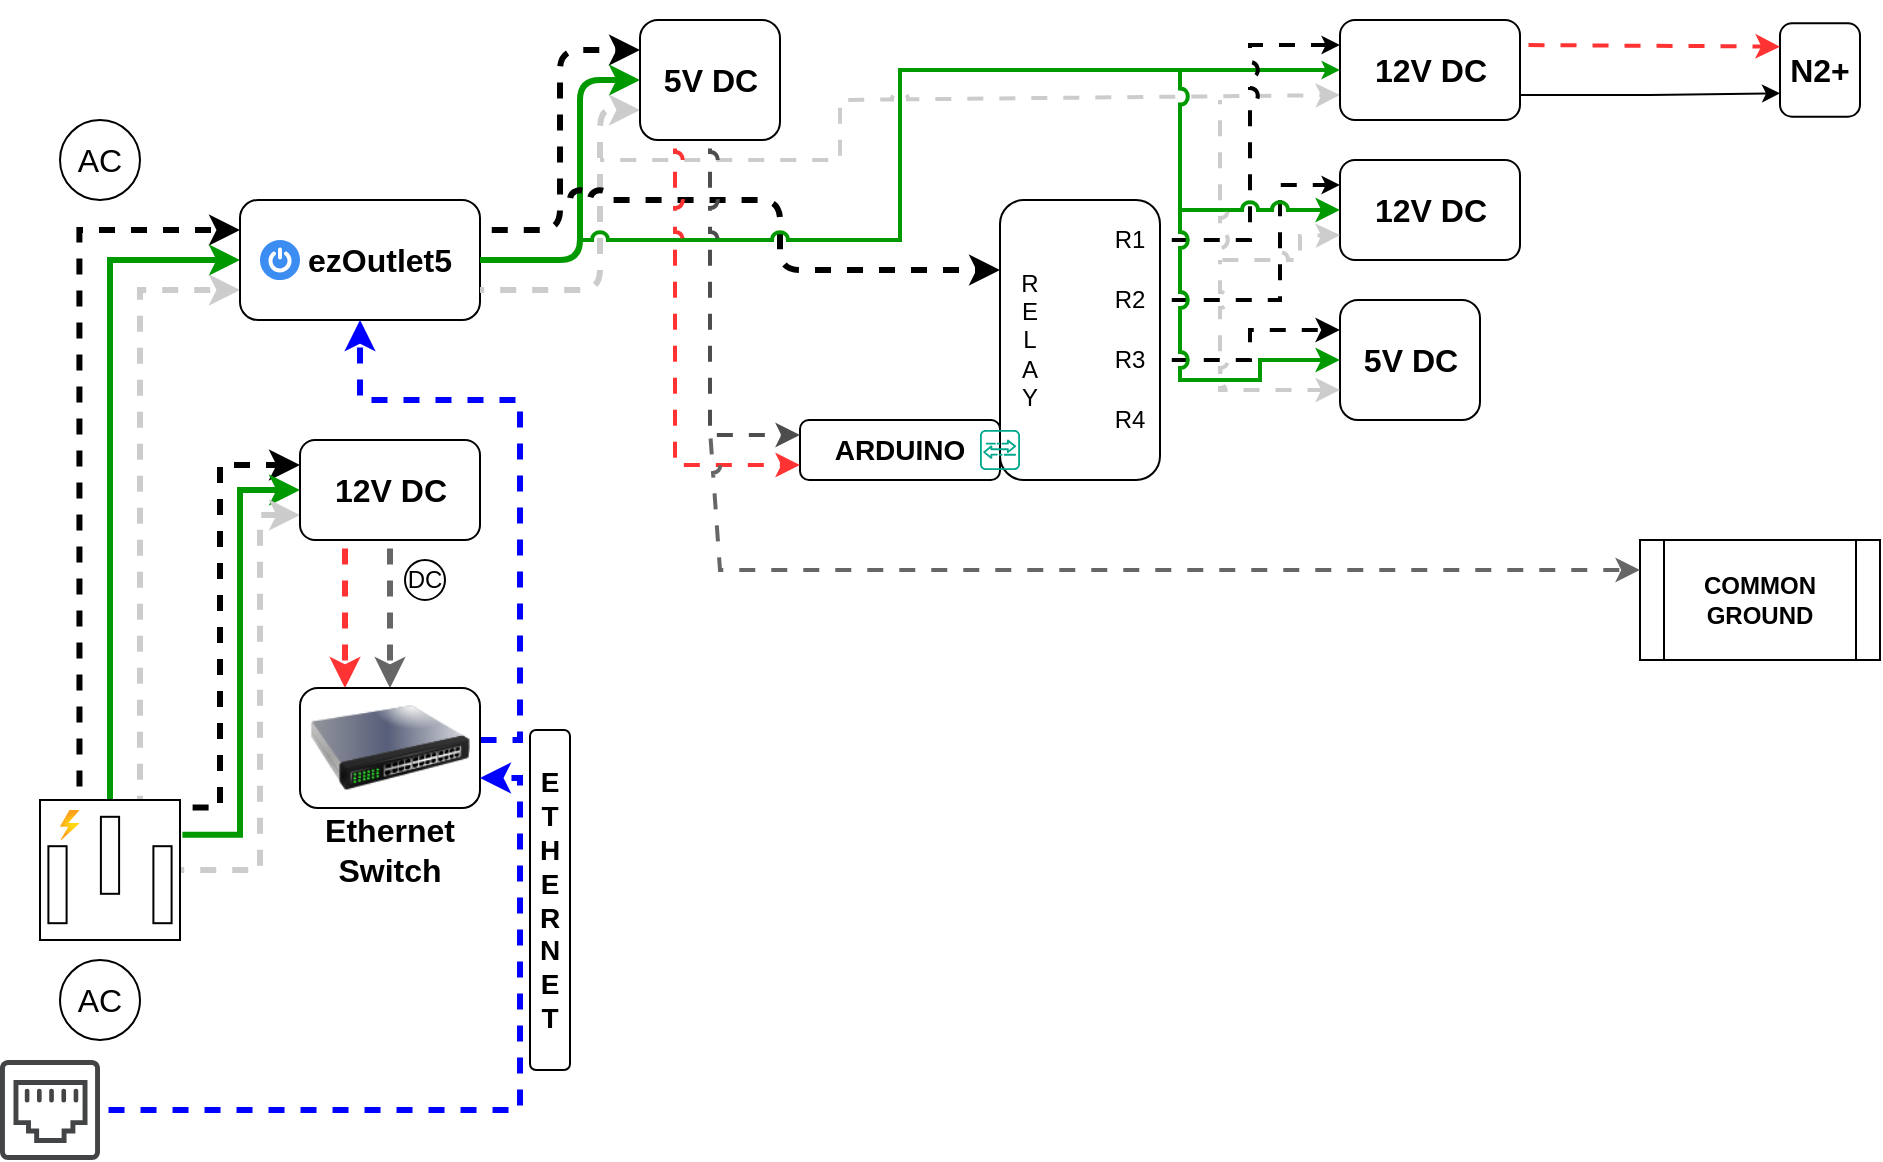
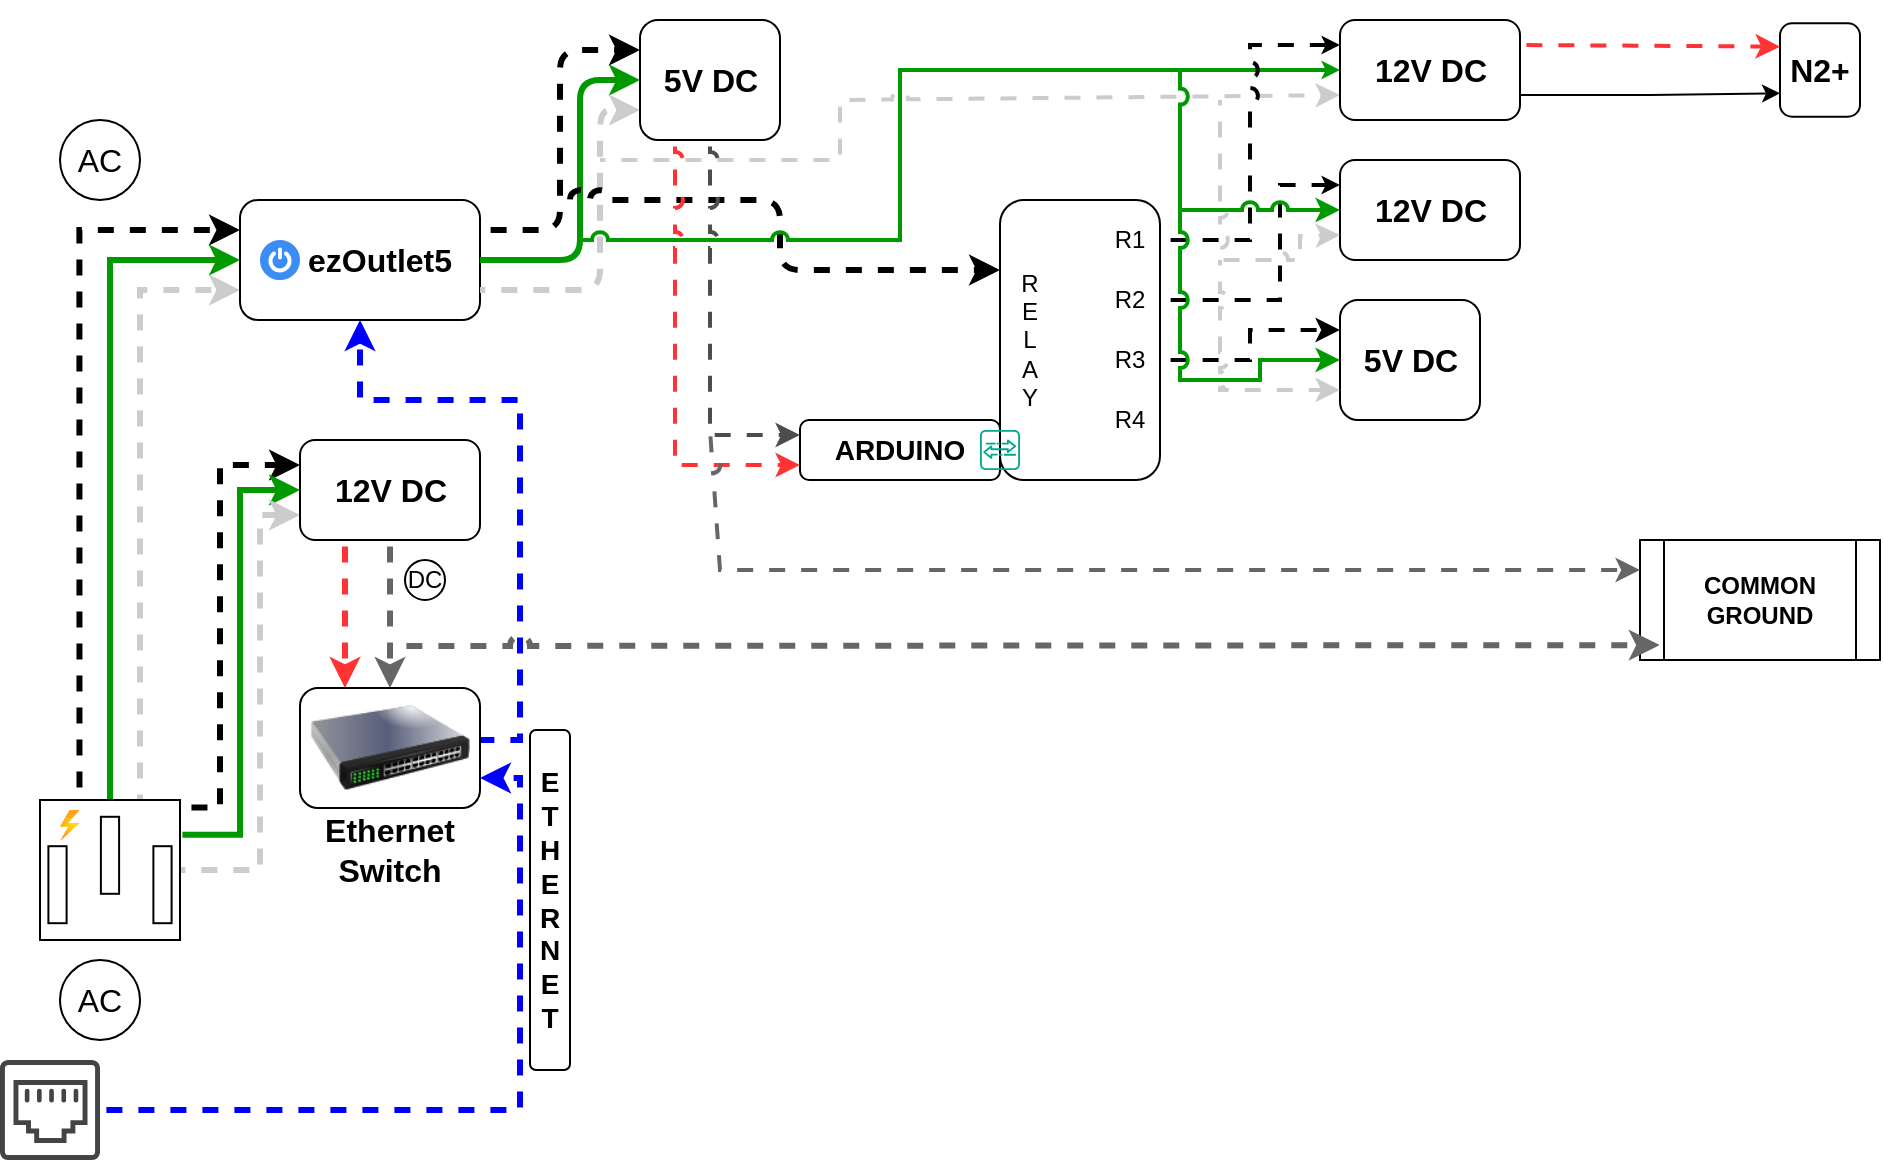
<mxfile host="app.diagrams.net" agent="Mozilla/5.0 (Windows NT 10.0; Win64; x64) AppleWebKit/537.36 (KHTML, like Gecko) Chrome/131.0.0.0 Safari/537.36 Edg/131.0.0.0" version="25.0.3">
  <diagram name="Page-1" id="VlRkN-xOVygPYa-iD9Ir">
-     <mxGraphModel dx="724" dy="454" grid="1" gridSize="10" guides="1" tooltips="1" connect="1" arrows="1" fold="1" page="1" pageScale="1" pageWidth="1600" pageHeight="900" background="none" math="0" shadow="0">
+     <mxGraphModel dx="244" dy="153" grid="1" gridSize="10" guides="1" tooltips="1" connect="1" arrows="1" fold="1" page="1" pageScale="1" pageWidth="1600" pageHeight="900" background="none" math="0" shadow="0">
      <root>
        <mxCell id="0" />
        <mxCell id="1" parent="0" />
        <mxCell id="JVLtuT8sySUBbFbLTn6r-3" style="edgeStyle=orthogonalEdgeStyle;rounded=0;orthogonalLoop=1;jettySize=auto;html=1;entryX=0;entryY=0.25;entryDx=0;entryDy=0;exitX=0.282;exitY=-0.013;exitDx=0;exitDy=0;exitPerimeter=0;strokeWidth=3;flowAnimation=1;flowAnimationDirection=alternate;flowAnimationTimingFunction=ease-in-out;flowAnimationDuration=1500;jumpStyle=arc;" parent="1" source="pD8juBFKP1GN8B8eYQTb-1" target="pD8juBFKP1GN8B8eYQTb-3" edge="1">
          <mxGeometry relative="1" as="geometry" />
        </mxCell>
        <mxCell id="JVLtuT8sySUBbFbLTn6r-4" style="edgeStyle=orthogonalEdgeStyle;rounded=0;orthogonalLoop=1;jettySize=auto;html=1;exitX=0.5;exitY=0;exitDx=0;exitDy=0;exitPerimeter=0;entryX=0;entryY=0.5;entryDx=0;entryDy=0;strokeColor=#009900;strokeWidth=3;jumpStyle=arc;" parent="1" source="pD8juBFKP1GN8B8eYQTb-1" target="pD8juBFKP1GN8B8eYQTb-3" edge="1">
          <mxGeometry relative="1" as="geometry" />
        </mxCell>
        <mxCell id="JVLtuT8sySUBbFbLTn6r-5" style="edgeStyle=orthogonalEdgeStyle;rounded=0;orthogonalLoop=1;jettySize=auto;html=1;entryX=0;entryY=0.75;entryDx=0;entryDy=0;exitX=0.714;exitY=0;exitDx=0;exitDy=0;exitPerimeter=0;strokeWidth=3;strokeColor=#CCCCCC;flowAnimation=1;flowAnimationDirection=alternate-reverse;flowAnimationTimingFunction=ease-in-out;flowAnimationDuration=1500;jumpStyle=arc;" parent="1" source="pD8juBFKP1GN8B8eYQTb-1" target="pD8juBFKP1GN8B8eYQTb-3" edge="1">
          <mxGeometry relative="1" as="geometry">
            <mxPoint x="120" y="320" as="targetPoint" />
          </mxGeometry>
        </mxCell>
        <mxCell id="JVLtuT8sySUBbFbLTn6r-6" style="edgeStyle=orthogonalEdgeStyle;rounded=0;orthogonalLoop=1;jettySize=auto;html=1;entryX=0;entryY=0.25;entryDx=0;entryDy=0;exitX=1.006;exitY=0.054;exitDx=0;exitDy=0;exitPerimeter=0;strokeWidth=3;flowAnimation=1;flowAnimationDirection=alternate;flowAnimationTimingFunction=ease-in-out;flowAnimationDuration=1500;jumpStyle=arc;" parent="1" source="pD8juBFKP1GN8B8eYQTb-1" target="pD8juBFKP1GN8B8eYQTb-24" edge="1">
          <mxGeometry relative="1" as="geometry">
            <Array as="points">
              <mxPoint x="120" y="404" />
              <mxPoint x="120" y="233" />
            </Array>
          </mxGeometry>
        </mxCell>
        <mxCell id="JVLtuT8sySUBbFbLTn6r-7" style="edgeStyle=orthogonalEdgeStyle;rounded=0;orthogonalLoop=1;jettySize=auto;html=1;entryX=0;entryY=0.5;entryDx=0;entryDy=0;exitX=1.017;exitY=0.249;exitDx=0;exitDy=0;exitPerimeter=0;strokeWidth=3;strokeColor=#009900;jumpStyle=arc;" parent="1" source="pD8juBFKP1GN8B8eYQTb-1" target="pD8juBFKP1GN8B8eYQTb-24" edge="1">
          <mxGeometry relative="1" as="geometry" />
        </mxCell>
        <mxCell id="JVLtuT8sySUBbFbLTn6r-8" style="edgeStyle=orthogonalEdgeStyle;rounded=0;orthogonalLoop=1;jettySize=auto;html=1;entryX=0;entryY=0.75;entryDx=0;entryDy=0;strokeColor=#CCCCCC;strokeWidth=3;flowAnimation=1;flowAnimationDirection=alternate-reverse;flowAnimationTimingFunction=ease-in-out;flowAnimationDuration=1500;jumpStyle=arc;" parent="1" source="pD8juBFKP1GN8B8eYQTb-1" target="pD8juBFKP1GN8B8eYQTb-24" edge="1">
          <mxGeometry relative="1" as="geometry">
            <Array as="points">
              <mxPoint x="140" y="435" />
              <mxPoint x="140" y="258" />
            </Array>
          </mxGeometry>
        </mxCell>
        <mxCell id="JVLtuT8sySUBbFbLTn6r-1" value="" style="group" parent="1" vertex="1" connectable="0">
          <mxGeometry x="30" y="480" width="60" height="40" as="geometry" />
        </mxCell>
        <mxCell id="pD8juBFKP1GN8B8eYQTb-22" value="AC" style="text;html=1;align=center;verticalAlign=middle;whiteSpace=wrap;rounded=0;fontSize=16;" parent="JVLtuT8sySUBbFbLTn6r-1" vertex="1">
          <mxGeometry y="5" width="60" height="30" as="geometry" />
        </mxCell>
        <mxCell id="pD8juBFKP1GN8B8eYQTb-23" value="" style="ellipse;whiteSpace=wrap;html=1;fillColor=none;" parent="JVLtuT8sySUBbFbLTn6r-1" vertex="1">
          <mxGeometry x="10" width="40" height="40" as="geometry" />
        </mxCell>
        <mxCell id="JVLtuT8sySUBbFbLTn6r-2" value="" style="group" parent="1" vertex="1" connectable="0">
          <mxGeometry x="30" y="60" width="60" height="40" as="geometry" />
        </mxCell>
        <mxCell id="pD8juBFKP1GN8B8eYQTb-9" value="" style="ellipse;whiteSpace=wrap;html=1;fillColor=none;" parent="JVLtuT8sySUBbFbLTn6r-2" vertex="1">
          <mxGeometry x="10" width="40" height="40" as="geometry" />
        </mxCell>
        <mxCell id="pD8juBFKP1GN8B8eYQTb-11" value="AC" style="text;html=1;align=center;verticalAlign=middle;whiteSpace=wrap;rounded=0;fontSize=16;" parent="JVLtuT8sySUBbFbLTn6r-2" vertex="1">
          <mxGeometry y="5" width="60" height="30" as="geometry" />
        </mxCell>
        <mxCell id="JVLtuT8sySUBbFbLTn6r-9" value="" style="group" parent="1" vertex="1" connectable="0">
          <mxGeometry x="130" y="100" width="120" height="60" as="geometry" />
        </mxCell>
        <mxCell id="JVLtuT8sySUBbFbLTn6r-16" value="" style="group" parent="JVLtuT8sySUBbFbLTn6r-9" vertex="1" connectable="0">
          <mxGeometry width="120" height="60" as="geometry" />
        </mxCell>
        <mxCell id="pD8juBFKP1GN8B8eYQTb-3" value="" style="rounded=1;whiteSpace=wrap;html=1;" parent="JVLtuT8sySUBbFbLTn6r-16" vertex="1">
          <mxGeometry width="120" height="60" as="geometry" />
        </mxCell>
        <mxCell id="JVLtuT8sySUBbFbLTn6r-13" value="" style="sketch=0;html=1;aspect=fixed;strokeColor=none;shadow=0;fillColor=#3B8DF1;verticalAlign=top;labelPosition=center;verticalLabelPosition=bottom;shape=mxgraph.gcp2.a7_power" parent="JVLtuT8sySUBbFbLTn6r-16" vertex="1">
          <mxGeometry x="10" y="20" width="20" height="20" as="geometry" />
        </mxCell>
        <mxCell id="pD8juBFKP1GN8B8eYQTb-15" value="&lt;b&gt;ezOutlet5&lt;/b&gt;" style="text;html=1;align=center;verticalAlign=middle;whiteSpace=wrap;rounded=0;fontSize=16;" parent="JVLtuT8sySUBbFbLTn6r-16" vertex="1">
          <mxGeometry x="40" y="10" width="60" height="40" as="geometry" />
        </mxCell>
        <mxCell id="JVLtuT8sySUBbFbLTn6r-11" value="" style="group" parent="1" vertex="1" connectable="0">
          <mxGeometry x="160" y="220" width="90" height="50" as="geometry" />
        </mxCell>
        <mxCell id="JVLtuT8sySUBbFbLTn6r-72" value="" style="group" parent="JVLtuT8sySUBbFbLTn6r-11" vertex="1" connectable="0">
          <mxGeometry width="90" height="50" as="geometry" />
        </mxCell>
        <mxCell id="pD8juBFKP1GN8B8eYQTb-24" value="" style="rounded=1;whiteSpace=wrap;html=1;" parent="JVLtuT8sySUBbFbLTn6r-72" vertex="1">
          <mxGeometry width="90" height="50" as="geometry" />
        </mxCell>
        <mxCell id="JVLtuT8sySUBbFbLTn6r-10" value="&lt;font style=&quot;font-size: 16px;&quot;&gt;&lt;b&gt;12V DC&lt;/b&gt;&lt;/font&gt;" style="text;html=1;align=center;verticalAlign=middle;whiteSpace=wrap;rounded=0;" parent="JVLtuT8sySUBbFbLTn6r-72" vertex="1">
          <mxGeometry x="15.75" y="10" width="58.5" height="30" as="geometry" />
        </mxCell>
        <mxCell id="JVLtuT8sySUBbFbLTn6r-18" value="" style="group" parent="1" vertex="1" connectable="0">
          <mxGeometry x="30" y="400" width="70" height="70" as="geometry" />
        </mxCell>
        <mxCell id="pD8juBFKP1GN8B8eYQTb-1" value="" style="pointerEvents=1;verticalLabelPosition=bottom;shadow=0;dashed=0;align=center;html=1;verticalAlign=top;shape=mxgraph.electrical.miscellaneous.ac_out" parent="JVLtuT8sySUBbFbLTn6r-18" vertex="1">
          <mxGeometry width="70" height="70" as="geometry" />
        </mxCell>
        <mxCell id="JVLtuT8sySUBbFbLTn6r-12" value="" style="image;aspect=fixed;html=1;points=[];align=center;fontSize=12;image=img/lib/azure2/general/Power.svg;" parent="JVLtuT8sySUBbFbLTn6r-18" vertex="1">
          <mxGeometry x="10" y="5" width="9.72" height="15" as="geometry" />
        </mxCell>
        <mxCell id="JVLtuT8sySUBbFbLTn6r-23" style="edgeStyle=orthogonalEdgeStyle;rounded=0;orthogonalLoop=1;jettySize=auto;html=1;entryX=0.25;entryY=0;entryDx=0;entryDy=0;exitX=0.25;exitY=1;exitDx=0;exitDy=0;strokeColor=#FF3333;strokeWidth=3;flowAnimation=1;jumpStyle=arc;" parent="1" source="pD8juBFKP1GN8B8eYQTb-24" target="JVLtuT8sySUBbFbLTn6r-19" edge="1">
          <mxGeometry relative="1" as="geometry" />
        </mxCell>
        <mxCell id="JVLtuT8sySUBbFbLTn6r-28" value="" style="group" parent="1" vertex="1" connectable="0">
          <mxGeometry x="210" y="280" width="25" height="20" as="geometry" />
        </mxCell>
        <mxCell id="JVLtuT8sySUBbFbLTn6r-26" value="" style="ellipse;whiteSpace=wrap;html=1;aspect=fixed;" parent="JVLtuT8sySUBbFbLTn6r-28" vertex="1">
          <mxGeometry x="2.5" width="20" height="20" as="geometry" />
        </mxCell>
        <mxCell id="JVLtuT8sySUBbFbLTn6r-27" value="&lt;font&gt;DC&lt;/font&gt;" style="text;html=1;align=center;verticalAlign=middle;whiteSpace=wrap;rounded=0;" parent="JVLtuT8sySUBbFbLTn6r-28" vertex="1">
          <mxGeometry y="2.5" width="25" height="15" as="geometry" />
        </mxCell>
        <mxCell id="JVLtuT8sySUBbFbLTn6r-29" style="edgeStyle=orthogonalEdgeStyle;rounded=0;orthogonalLoop=1;jettySize=auto;html=1;exitX=0.5;exitY=1;exitDx=0;exitDy=0;entryX=0.5;entryY=0;entryDx=0;entryDy=0;strokeWidth=3;flowAnimation=1;strokeColor=#666666;jumpStyle=arc;" parent="1" source="pD8juBFKP1GN8B8eYQTb-24" target="JVLtuT8sySUBbFbLTn6r-19" edge="1">
          <mxGeometry relative="1" as="geometry" />
        </mxCell>
        <mxCell id="JVLtuT8sySUBbFbLTn6r-30" style="edgeStyle=orthogonalEdgeStyle;rounded=0;orthogonalLoop=1;jettySize=auto;html=1;exitX=1;exitY=0.5;exitDx=0;exitDy=0;entryX=0.5;entryY=1;entryDx=0;entryDy=0;strokeColor=#0000FF;strokeWidth=3;flowAnimation=1;jumpStyle=arc;" parent="1" source="JVLtuT8sySUBbFbLTn6r-19" target="pD8juBFKP1GN8B8eYQTb-3" edge="1">
          <mxGeometry relative="1" as="geometry">
            <Array as="points">
              <mxPoint x="270" y="370" />
              <mxPoint x="270" y="200" />
              <mxPoint x="190" y="200" />
            </Array>
          </mxGeometry>
        </mxCell>
        <mxCell id="JVLtuT8sySUBbFbLTn6r-33" value="" style="rounded=1;whiteSpace=wrap;html=1;" parent="1" vertex="1">
          <mxGeometry x="510" y="100" width="80" height="140" as="geometry" />
        </mxCell>
        <mxCell id="JVLtuT8sySUBbFbLTn6r-35" style="edgeStyle=orthogonalEdgeStyle;rounded=1;orthogonalLoop=1;jettySize=auto;html=1;exitX=1;exitY=0.25;exitDx=0;exitDy=0;entryX=0;entryY=0.25;entryDx=0;entryDy=0;curved=0;strokeWidth=3;flowAnimation=1;flowAnimationDirection=alternate;flowAnimationTimingFunction=ease-in-out;flowAnimationDuration=1500;jumpStyle=arc;" parent="1" source="pD8juBFKP1GN8B8eYQTb-3" target="JVLtuT8sySUBbFbLTn6r-34" edge="1">
          <mxGeometry relative="1" as="geometry" />
        </mxCell>
        <mxCell id="JVLtuT8sySUBbFbLTn6r-36" style="edgeStyle=orthogonalEdgeStyle;rounded=1;orthogonalLoop=1;jettySize=auto;html=1;exitX=1;exitY=0.5;exitDx=0;exitDy=0;entryX=0;entryY=0.5;entryDx=0;entryDy=0;curved=0;strokeWidth=3;strokeColor=#009900;jumpStyle=arc;" parent="1" source="pD8juBFKP1GN8B8eYQTb-3" target="JVLtuT8sySUBbFbLTn6r-34" edge="1">
          <mxGeometry relative="1" as="geometry">
            <Array as="points">
              <mxPoint x="300" y="130" />
              <mxPoint x="300" y="40" />
            </Array>
          </mxGeometry>
        </mxCell>
        <mxCell id="JVLtuT8sySUBbFbLTn6r-37" style="edgeStyle=orthogonalEdgeStyle;rounded=1;orthogonalLoop=1;jettySize=auto;html=1;exitX=1;exitY=0.75;exitDx=0;exitDy=0;entryX=0;entryY=0.75;entryDx=0;entryDy=0;curved=0;strokeColor=#CCCCCC;strokeWidth=3;flowAnimation=1;flowAnimationDirection=alternate-reverse;flowAnimationTimingFunction=ease-in-out;flowAnimationDuration=1500;jumpStyle=arc;" parent="1" source="pD8juBFKP1GN8B8eYQTb-3" target="JVLtuT8sySUBbFbLTn6r-34" edge="1">
          <mxGeometry relative="1" as="geometry">
            <Array as="points">
              <mxPoint x="310" y="145" />
              <mxPoint x="310" y="55" />
            </Array>
          </mxGeometry>
        </mxCell>
        <mxCell id="JVLtuT8sySUBbFbLTn6r-40" value="" style="endArrow=classic;html=1;rounded=1;curved=0;entryX=0;entryY=0.25;entryDx=0;entryDy=0;jumpStyle=arc;strokeWidth=3;flowAnimation=1;flowAnimationDirection=alternate;flowAnimationTimingFunction=ease-in-out;flowAnimationDuration=1500;" parent="1" target="JVLtuT8sySUBbFbLTn6r-33" edge="1">
          <mxGeometry width="50" height="50" relative="1" as="geometry">
            <mxPoint x="290" y="100" as="sourcePoint" />
            <mxPoint x="410" y="170" as="targetPoint" />
            <Array as="points">
              <mxPoint x="400" y="100" />
              <mxPoint x="400" y="135" />
            </Array>
          </mxGeometry>
        </mxCell>
        <mxCell id="JVLtuT8sySUBbFbLTn6r-51" value="" style="group" parent="1" vertex="1" connectable="0">
          <mxGeometry x="160" y="344" width="90" height="96" as="geometry" />
        </mxCell>
        <mxCell id="JVLtuT8sySUBbFbLTn6r-21" value="" style="group" parent="JVLtuT8sySUBbFbLTn6r-51" vertex="1" connectable="0">
          <mxGeometry width="90" height="70" as="geometry" />
        </mxCell>
        <mxCell id="JVLtuT8sySUBbFbLTn6r-50" value="" style="group" parent="JVLtuT8sySUBbFbLTn6r-21" vertex="1" connectable="0">
          <mxGeometry width="90" height="70" as="geometry" />
        </mxCell>
        <mxCell id="JVLtuT8sySUBbFbLTn6r-19" value="" style="rounded=1;whiteSpace=wrap;html=1;" parent="JVLtuT8sySUBbFbLTn6r-50" vertex="1">
          <mxGeometry width="90" height="60" as="geometry" />
        </mxCell>
        <mxCell id="JVLtuT8sySUBbFbLTn6r-49" value="" style="image;html=1;image=img/lib/clip_art/networking/Switch_128x128.png" parent="JVLtuT8sySUBbFbLTn6r-50" vertex="1">
          <mxGeometry x="5" y="-10" width="80" height="80" as="geometry" />
        </mxCell>
        <mxCell id="JVLtuT8sySUBbFbLTn6r-20" value="&lt;b&gt;&lt;font style=&quot;font-size: 16px;&quot;&gt;Ethernet&lt;/font&gt;&lt;/b&gt;&lt;div&gt;&lt;b&gt;&lt;font style=&quot;font-size: 16px;&quot;&gt;Switch&lt;/font&gt;&lt;/b&gt;&lt;/div&gt;" style="text;html=1;align=center;verticalAlign=middle;whiteSpace=wrap;rounded=0;" parent="JVLtuT8sySUBbFbLTn6r-51" vertex="1">
          <mxGeometry x="15" y="66" width="60" height="30" as="geometry" />
        </mxCell>
        <mxCell id="JVLtuT8sySUBbFbLTn6r-53" value="" style="group" parent="1" vertex="1" connectable="0">
          <mxGeometry x="330" y="10" width="70" height="60" as="geometry" />
        </mxCell>
        <mxCell id="JVLtuT8sySUBbFbLTn6r-71" value="" style="group" parent="JVLtuT8sySUBbFbLTn6r-53" vertex="1" connectable="0">
          <mxGeometry width="70" height="60" as="geometry" />
        </mxCell>
        <mxCell id="JVLtuT8sySUBbFbLTn6r-34" value="" style="rounded=1;whiteSpace=wrap;html=1;" parent="JVLtuT8sySUBbFbLTn6r-71" vertex="1">
          <mxGeometry width="70" height="60" as="geometry" />
        </mxCell>
        <mxCell id="JVLtuT8sySUBbFbLTn6r-52" value="&lt;font style=&quot;font-size: 16px;&quot;&gt;&lt;b&gt;5&lt;/b&gt;&lt;/font&gt;&lt;b style=&quot;font-size: 16px; background-color: initial;&quot;&gt;V DC&lt;/b&gt;" style="text;html=1;align=center;verticalAlign=middle;whiteSpace=wrap;rounded=0;" parent="JVLtuT8sySUBbFbLTn6r-71" vertex="1">
          <mxGeometry x="5.75" y="15" width="58.5" height="30" as="geometry" />
        </mxCell>
        <mxCell id="JVLtuT8sySUBbFbLTn6r-54" value="" style="endArrow=classic;html=1;rounded=0;entryX=0;entryY=0.5;entryDx=0;entryDy=0;jumpStyle=arc;strokeColor=#009900;strokeWidth=2;endSize=3;" parent="1" target="JVLtuT8sySUBbFbLTn6r-74" edge="1">
          <mxGeometry width="50" height="50" relative="1" as="geometry">
            <mxPoint x="300" y="120" as="sourcePoint" />
            <mxPoint x="350" y="80" as="targetPoint" />
            <Array as="points">
              <mxPoint x="460" y="120" />
              <mxPoint x="460" y="35" />
            </Array>
          </mxGeometry>
        </mxCell>
        <mxCell id="JVLtuT8sySUBbFbLTn6r-55" value="" style="endArrow=classic;html=1;rounded=0;entryX=0;entryY=0.75;entryDx=0;entryDy=0;strokeColor=#CCCCCC;strokeWidth=2;jumpStyle=arc;flowAnimation=1;flowAnimationDirection=alternate-reverse;flowAnimationTimingFunction=ease-in-out;flowAnimationDuration=1500;" parent="1" target="JVLtuT8sySUBbFbLTn6r-74" edge="1">
          <mxGeometry width="50" height="50" relative="1" as="geometry">
            <mxPoint x="310" y="80" as="sourcePoint" />
            <mxPoint x="350" y="140" as="targetPoint" />
            <Array as="points">
              <mxPoint x="430" y="80" />
              <mxPoint x="430" y="50" />
              <mxPoint x="520" y="50" />
            </Array>
          </mxGeometry>
        </mxCell>
        <mxCell id="JVLtuT8sySUBbFbLTn6r-56" value="R&lt;div&gt;E&lt;/div&gt;&lt;div&gt;L&lt;/div&gt;&lt;div&gt;A&lt;/div&gt;&lt;div&gt;Y&lt;/div&gt;" style="text;html=1;align=center;verticalAlign=middle;whiteSpace=wrap;rounded=0;" parent="1" vertex="1">
          <mxGeometry x="510" y="135" width="30" height="70" as="geometry" />
        </mxCell>
        <mxCell id="JVLtuT8sySUBbFbLTn6r-79" style="edgeStyle=orthogonalEdgeStyle;rounded=0;orthogonalLoop=1;jettySize=auto;html=1;exitX=1;exitY=0.5;exitDx=0;exitDy=0;entryX=0;entryY=0.25;entryDx=0;entryDy=0;strokeWidth=2;flowAnimation=1;flowAnimationDirection=alternate;flowAnimationTimingFunction=ease-in-out;flowAnimationDuration=1500;jumpStyle=arc;endSize=3;" parent="1" source="JVLtuT8sySUBbFbLTn6r-57" target="JVLtuT8sySUBbFbLTn6r-74" edge="1">
          <mxGeometry relative="1" as="geometry" />
        </mxCell>
        <mxCell id="JVLtuT8sySUBbFbLTn6r-57" value="R1" style="text;html=1;align=center;verticalAlign=middle;whiteSpace=wrap;rounded=0;" parent="1" vertex="1">
          <mxGeometry x="560" y="105" width="30" height="30" as="geometry" />
        </mxCell>
        <mxCell id="JVLtuT8sySUBbFbLTn6r-80" style="edgeStyle=orthogonalEdgeStyle;rounded=0;orthogonalLoop=1;jettySize=auto;html=1;exitX=1;exitY=0.5;exitDx=0;exitDy=0;entryX=0;entryY=0.25;entryDx=0;entryDy=0;strokeWidth=2;flowAnimation=1;flowAnimationDirection=alternate;flowAnimationTimingFunction=ease-in-out;flowAnimationDuration=1500;endSize=3;jumpStyle=arc;" parent="1" source="JVLtuT8sySUBbFbLTn6r-58" target="JVLtuT8sySUBbFbLTn6r-77" edge="1">
          <mxGeometry relative="1" as="geometry">
            <Array as="points">
              <mxPoint x="650" y="150" />
              <mxPoint x="650" y="93" />
            </Array>
          </mxGeometry>
        </mxCell>
        <mxCell id="JVLtuT8sySUBbFbLTn6r-58" value="R2" style="text;html=1;align=center;verticalAlign=middle;whiteSpace=wrap;rounded=0;" parent="1" vertex="1">
          <mxGeometry x="560" y="135" width="30" height="30" as="geometry" />
        </mxCell>
        <mxCell id="JVLtuT8sySUBbFbLTn6r-81" style="edgeStyle=orthogonalEdgeStyle;rounded=0;orthogonalLoop=1;jettySize=auto;html=1;exitX=1;exitY=0.5;exitDx=0;exitDy=0;entryX=0;entryY=0.25;entryDx=0;entryDy=0;strokeWidth=2;flowAnimation=1;flowAnimationDirection=alternate;flowAnimationTimingFunction=ease-in-out;flowAnimationDuration=1500;jumpStyle=arc;" parent="1" source="JVLtuT8sySUBbFbLTn6r-59" target="JVLtuT8sySUBbFbLTn6r-63" edge="1">
          <mxGeometry relative="1" as="geometry" />
        </mxCell>
        <mxCell id="JVLtuT8sySUBbFbLTn6r-59" value="R3" style="text;html=1;align=center;verticalAlign=middle;whiteSpace=wrap;rounded=0;" parent="1" vertex="1">
          <mxGeometry x="560" y="165" width="30" height="30" as="geometry" />
        </mxCell>
        <mxCell id="JVLtuT8sySUBbFbLTn6r-60" value="R4" style="text;html=1;align=center;verticalAlign=middle;whiteSpace=wrap;rounded=0;" parent="1" vertex="1">
          <mxGeometry x="560" y="195" width="30" height="30" as="geometry" />
        </mxCell>
        <mxCell id="JVLtuT8sySUBbFbLTn6r-67" value="" style="group" parent="1" vertex="1" connectable="0">
          <mxGeometry x="680" y="150" width="70" height="60" as="geometry" />
        </mxCell>
        <mxCell id="JVLtuT8sySUBbFbLTn6r-63" value="" style="rounded=1;whiteSpace=wrap;html=1;" parent="JVLtuT8sySUBbFbLTn6r-67" vertex="1">
          <mxGeometry width="70" height="60" as="geometry" />
        </mxCell>
        <mxCell id="JVLtuT8sySUBbFbLTn6r-62" value="" style="group" parent="JVLtuT8sySUBbFbLTn6r-67" vertex="1" connectable="0">
          <mxGeometry width="70" height="60" as="geometry" />
        </mxCell>
        <mxCell id="JVLtuT8sySUBbFbLTn6r-64" value="&lt;font style=&quot;font-size: 16px;&quot;&gt;&lt;b&gt;5&lt;/b&gt;&lt;/font&gt;&lt;b style=&quot;font-size: 16px; background-color: initial;&quot;&gt;V DC&lt;/b&gt;" style="text;html=1;align=center;verticalAlign=middle;whiteSpace=wrap;rounded=0;" parent="JVLtuT8sySUBbFbLTn6r-62" vertex="1">
          <mxGeometry x="5.75" y="15" width="58.5" height="30" as="geometry" />
        </mxCell>
        <mxCell id="JVLtuT8sySUBbFbLTn6r-73" value="" style="group" parent="1" vertex="1" connectable="0">
          <mxGeometry x="680" y="10" width="90" height="50" as="geometry" />
        </mxCell>
        <mxCell id="JVLtuT8sySUBbFbLTn6r-74" value="" style="rounded=1;whiteSpace=wrap;html=1;" parent="JVLtuT8sySUBbFbLTn6r-73" vertex="1">
          <mxGeometry width="90" height="50" as="geometry" />
        </mxCell>
        <mxCell id="JVLtuT8sySUBbFbLTn6r-75" value="&lt;font style=&quot;font-size: 16px;&quot;&gt;&lt;b&gt;12V DC&lt;/b&gt;&lt;/font&gt;" style="text;html=1;align=center;verticalAlign=middle;whiteSpace=wrap;rounded=0;" parent="JVLtuT8sySUBbFbLTn6r-73" vertex="1">
          <mxGeometry x="15.75" y="10" width="58.5" height="30" as="geometry" />
        </mxCell>
        <mxCell id="JVLtuT8sySUBbFbLTn6r-76" value="" style="group" parent="1" vertex="1" connectable="0">
          <mxGeometry x="680" y="80" width="90" height="50" as="geometry" />
        </mxCell>
        <mxCell id="JVLtuT8sySUBbFbLTn6r-77" value="" style="rounded=1;whiteSpace=wrap;html=1;" parent="JVLtuT8sySUBbFbLTn6r-76" vertex="1">
          <mxGeometry width="90" height="50" as="geometry" />
        </mxCell>
        <mxCell id="JVLtuT8sySUBbFbLTn6r-78" value="&lt;font style=&quot;font-size: 16px;&quot;&gt;&lt;b&gt;12V DC&lt;/b&gt;&lt;/font&gt;" style="text;html=1;align=center;verticalAlign=middle;whiteSpace=wrap;rounded=0;" parent="JVLtuT8sySUBbFbLTn6r-76" vertex="1">
          <mxGeometry x="15.75" y="10" width="58.5" height="30" as="geometry" />
        </mxCell>
        <mxCell id="JVLtuT8sySUBbFbLTn6r-82" value="" style="endArrow=classic;html=1;rounded=0;entryX=0;entryY=0.5;entryDx=0;entryDy=0;jumpStyle=arc;strokeColor=#009900;strokeWidth=2;" parent="1" target="JVLtuT8sySUBbFbLTn6r-77" edge="1">
          <mxGeometry width="50" height="50" relative="1" as="geometry">
            <mxPoint x="600" y="35" as="sourcePoint" />
            <mxPoint x="660" y="105" as="targetPoint" />
            <Array as="points">
              <mxPoint x="600" y="105" />
            </Array>
          </mxGeometry>
        </mxCell>
        <mxCell id="JVLtuT8sySUBbFbLTn6r-83" value="" style="endArrow=classic;html=1;rounded=0;entryX=0;entryY=0.75;entryDx=0;entryDy=0;strokeWidth=2;strokeColor=#CCCCCC;flowAnimation=1;flowAnimationTimingFunction=ease-in-out;flowAnimationDirection=alternate-reverse;jumpStyle=arc;flowAnimationDuration=1500;" parent="1" target="JVLtuT8sySUBbFbLTn6r-77" edge="1">
          <mxGeometry width="50" height="50" relative="1" as="geometry">
            <mxPoint x="620" y="50" as="sourcePoint" />
            <mxPoint x="480" y="40" as="targetPoint" />
            <Array as="points">
              <mxPoint x="620" y="130" />
              <mxPoint x="660" y="130" />
              <mxPoint x="660" y="118" />
            </Array>
          </mxGeometry>
        </mxCell>
        <mxCell id="JVLtuT8sySUBbFbLTn6r-88" value="" style="endArrow=classic;html=1;rounded=0;entryX=0;entryY=0.5;entryDx=0;entryDy=0;strokeColor=#009900;strokeWidth=2;jumpStyle=arc;" parent="1" target="JVLtuT8sySUBbFbLTn6r-63" edge="1">
          <mxGeometry width="50" height="50" relative="1" as="geometry">
            <mxPoint x="600" y="100" as="sourcePoint" />
            <mxPoint x="600" y="140" as="targetPoint" />
            <Array as="points">
              <mxPoint x="600" y="190" />
              <mxPoint x="640" y="190" />
              <mxPoint x="640" y="180" />
            </Array>
          </mxGeometry>
        </mxCell>
        <mxCell id="JVLtuT8sySUBbFbLTn6r-89" value="" style="endArrow=classic;html=1;rounded=0;entryX=0;entryY=0.75;entryDx=0;entryDy=0;strokeWidth=2;strokeColor=#CCCCCC;flowAnimation=1;jumpStyle=arc;flowAnimationTimingFunction=ease-in-out;flowAnimationDirection=alternate-reverse;flowAnimationDuration=1500;" parent="1" target="JVLtuT8sySUBbFbLTn6r-63" edge="1">
          <mxGeometry width="50" height="50" relative="1" as="geometry">
            <mxPoint x="620" y="130" as="sourcePoint" />
            <mxPoint x="600" y="100" as="targetPoint" />
            <Array as="points">
              <mxPoint x="620" y="195" />
            </Array>
          </mxGeometry>
        </mxCell>
        <mxCell id="JVLtuT8sySUBbFbLTn6r-90" value="&lt;b&gt;&lt;font style=&quot;font-size: 14px;&quot;&gt;ARDUINO&lt;/font&gt;&lt;/b&gt;" style="rounded=1;whiteSpace=wrap;html=1;" parent="1" vertex="1">
          <mxGeometry x="410" y="210" width="100" height="30" as="geometry" />
        </mxCell>
        <mxCell id="JVLtuT8sySUBbFbLTn6r-91" style="edgeStyle=orthogonalEdgeStyle;rounded=0;orthogonalLoop=1;jettySize=auto;html=1;exitX=0.25;exitY=1;exitDx=0;exitDy=0;entryX=0;entryY=0.75;entryDx=0;entryDy=0;strokeWidth=2;flowAnimation=1;strokeColor=#FF3333;jumpStyle=arc;" parent="1" source="JVLtuT8sySUBbFbLTn6r-34" target="JVLtuT8sySUBbFbLTn6r-90" edge="1">
          <mxGeometry relative="1" as="geometry" />
        </mxCell>
        <mxCell id="JVLtuT8sySUBbFbLTn6r-92" style="edgeStyle=orthogonalEdgeStyle;rounded=0;orthogonalLoop=1;jettySize=auto;html=1;exitX=0.5;exitY=1;exitDx=0;exitDy=0;entryX=0;entryY=0.25;entryDx=0;entryDy=0;strokeWidth=2;flowAnimation=1;strokeColor=#4D4D4D;jumpStyle=arc;" parent="1" source="JVLtuT8sySUBbFbLTn6r-34" target="JVLtuT8sySUBbFbLTn6r-90" edge="1">
          <mxGeometry relative="1" as="geometry" />
        </mxCell>
        <mxCell id="JVLtuT8sySUBbFbLTn6r-93" value="" style="sketch=0;outlineConnect=0;fontColor=#232F3E;gradientColor=none;fillColor=#01A88D;strokeColor=none;dashed=0;verticalLabelPosition=bottom;verticalAlign=top;align=center;html=1;fontSize=12;fontStyle=0;aspect=fixed;shape=mxgraph.aws4.agent2;" parent="1" vertex="1">
          <mxGeometry x="500" y="215" width="20" height="20" as="geometry" />
        </mxCell>
        <mxCell id="0aRQkGjj-KWWZOeJOGup-1" value="" style="endArrow=classic;html=1;rounded=0;entryX=1;entryY=0.75;entryDx=0;entryDy=0;strokeWidth=3;strokeColor=#0000FF;flowAnimation=1;jumpStyle=arc;" edge="1" parent="1" source="0aRQkGjj-KWWZOeJOGup-3" target="JVLtuT8sySUBbFbLTn6r-19">
          <mxGeometry width="50" height="50" relative="1" as="geometry">
            <mxPoint x="40" y="560" as="sourcePoint" />
            <mxPoint x="560" y="420" as="targetPoint" />
            <Array as="points">
              <mxPoint x="270" y="555" />
              <mxPoint x="270" y="389" />
            </Array>
          </mxGeometry>
        </mxCell>
        <mxCell id="0aRQkGjj-KWWZOeJOGup-2" value="" style="group" vertex="1" connectable="0" parent="1">
          <mxGeometry x="270" y="365" width="30" height="170" as="geometry" />
        </mxCell>
        <mxCell id="JVLtuT8sySUBbFbLTn6r-31" value="" style="rounded=1;whiteSpace=wrap;html=1;" parent="0aRQkGjj-KWWZOeJOGup-2" vertex="1">
          <mxGeometry x="5" width="20" height="170" as="geometry" />
        </mxCell>
        <mxCell id="JVLtuT8sySUBbFbLTn6r-32" value="&lt;b&gt;&lt;font style=&quot;font-size: 14px;&quot;&gt;E&lt;/font&gt;&lt;/b&gt;&lt;div&gt;&lt;b&gt;&lt;font style=&quot;font-size: 14px;&quot;&gt;T&lt;/font&gt;&lt;/b&gt;&lt;/div&gt;&lt;div&gt;&lt;b&gt;&lt;font style=&quot;font-size: 14px;&quot;&gt;H&lt;/font&gt;&lt;/b&gt;&lt;/div&gt;&lt;div&gt;&lt;b&gt;&lt;font style=&quot;font-size: 14px;&quot;&gt;E&lt;/font&gt;&lt;/b&gt;&lt;/div&gt;&lt;div&gt;&lt;b&gt;&lt;font style=&quot;font-size: 14px;&quot;&gt;R&lt;/font&gt;&lt;/b&gt;&lt;/div&gt;&lt;div&gt;&lt;b&gt;&lt;font style=&quot;font-size: 14px;&quot;&gt;N&lt;/font&gt;&lt;/b&gt;&lt;/div&gt;&lt;div&gt;&lt;b&gt;&lt;font style=&quot;font-size: 14px;&quot;&gt;E&lt;/font&gt;&lt;/b&gt;&lt;/div&gt;&lt;div&gt;&lt;b&gt;&lt;font style=&quot;font-size: 14px;&quot;&gt;T&lt;/font&gt;&lt;/b&gt;&lt;/div&gt;" style="text;html=1;align=center;verticalAlign=middle;whiteSpace=wrap;rounded=0;" parent="0aRQkGjj-KWWZOeJOGup-2" vertex="1">
          <mxGeometry y="10" width="30" height="150" as="geometry" />
        </mxCell>
        <mxCell id="0aRQkGjj-KWWZOeJOGup-3" value="" style="sketch=0;pointerEvents=1;shadow=0;dashed=0;html=1;strokeColor=none;fillColor=#434445;aspect=fixed;labelPosition=center;verticalLabelPosition=bottom;verticalAlign=top;align=center;outlineConnect=0;shape=mxgraph.vvd.ethernet_port;" vertex="1" parent="1">
          <mxGeometry x="10" y="530" width="50" height="50" as="geometry" />
        </mxCell>
        <mxCell id="0aRQkGjj-KWWZOeJOGup-6" value="" style="group" vertex="1" connectable="0" parent="1">
          <mxGeometry x="890" width="60" height="70" as="geometry" />
        </mxCell>
        <mxCell id="0aRQkGjj-KWWZOeJOGup-4" value="" style="rounded=1;whiteSpace=wrap;html=1;" vertex="1" parent="0aRQkGjj-KWWZOeJOGup-6">
          <mxGeometry x="10" y="11.666666666666668" width="40" height="46.66666666666667" as="geometry" />
        </mxCell>
        <mxCell id="0aRQkGjj-KWWZOeJOGup-5" value="&lt;b&gt;&lt;font style=&quot;font-size: 16px;&quot;&gt;N2+&lt;/font&gt;&lt;/b&gt;" style="text;html=1;align=center;verticalAlign=middle;whiteSpace=wrap;rounded=0;" vertex="1" parent="0aRQkGjj-KWWZOeJOGup-6">
          <mxGeometry x="10" y="11.666666666666668" width="40" height="46.66666666666667" as="geometry" />
        </mxCell>
        <mxCell id="0aRQkGjj-KWWZOeJOGup-7" style="edgeStyle=orthogonalEdgeStyle;rounded=0;orthogonalLoop=1;jettySize=auto;html=1;exitX=1;exitY=0.25;exitDx=0;exitDy=0;entryX=0;entryY=0.25;entryDx=0;entryDy=0;strokeWidth=2;jumpStyle=arc;flowAnimation=1;strokeColor=#FF3333;" edge="1" parent="1" source="JVLtuT8sySUBbFbLTn6r-74" target="0aRQkGjj-KWWZOeJOGup-5">
          <mxGeometry relative="1" as="geometry" />
        </mxCell>
        <mxCell id="0aRQkGjj-KWWZOeJOGup-8" style="edgeStyle=orthogonalEdgeStyle;rounded=0;orthogonalLoop=1;jettySize=auto;html=1;exitX=1;exitY=0.75;exitDx=0;exitDy=0;entryX=0;entryY=0.75;entryDx=0;entryDy=0;" edge="1" parent="1" source="JVLtuT8sySUBbFbLTn6r-74" target="0aRQkGjj-KWWZOeJOGup-5">
          <mxGeometry relative="1" as="geometry" />
        </mxCell>
        <mxCell id="0aRQkGjj-KWWZOeJOGup-11" value="" style="group" vertex="1" connectable="0" parent="1">
          <mxGeometry x="830" y="270" width="120" height="60" as="geometry" />
        </mxCell>
        <mxCell id="0aRQkGjj-KWWZOeJOGup-9" value="" style="shape=process;whiteSpace=wrap;html=1;backgroundOutline=1;" vertex="1" parent="0aRQkGjj-KWWZOeJOGup-11">
          <mxGeometry width="120" height="60" as="geometry" />
        </mxCell>
        <mxCell id="0aRQkGjj-KWWZOeJOGup-10" value="&lt;b&gt;COMMON&lt;/b&gt;&lt;div&gt;&lt;b&gt;GROUND&lt;/b&gt;&lt;/div&gt;" style="text;html=1;align=center;verticalAlign=middle;whiteSpace=wrap;rounded=0;" vertex="1" parent="0aRQkGjj-KWWZOeJOGup-11">
          <mxGeometry x="30" y="15" width="60" height="30" as="geometry" />
        </mxCell>
        <mxCell id="0aRQkGjj-KWWZOeJOGup-12" value="" style="endArrow=classic;html=1;rounded=0;entryX=0;entryY=0.25;entryDx=0;entryDy=0;strokeWidth=2;strokeColor=#666666;flowAnimation=1;jumpStyle=arc;" edge="1" parent="1" target="0aRQkGjj-KWWZOeJOGup-9">
          <mxGeometry width="50" height="50" relative="1" as="geometry">
            <mxPoint x="365" y="215" as="sourcePoint" />
            <mxPoint x="735" y="340" as="targetPoint" />
            <Array as="points">
              <mxPoint x="370" y="285" />
            </Array>
          </mxGeometry>
        </mxCell>
+         <mxCell id="0aRQkGjj-KWWZOeJOGup-15" value="" style="endArrow=classic;html=1;rounded=0;entryX=-0.001;entryY=0.876;entryDx=0;entryDy=0;entryPerimeter=0;jumpStyle=arc;strokeWidth=3;strokeColor=#666666;flowAnimation=1;" edge="1" parent="1">
+           <mxGeometry width="50" height="50" relative="1" as="geometry">
+             <mxPoint x="210" y="323" as="sourcePoint" />
+             <mxPoint x="839.88" y="322.56" as="targetPoint" />
+           </mxGeometry>
+         </mxCell>
      </root>
    </mxGraphModel>
  </diagram>
</mxfile>
